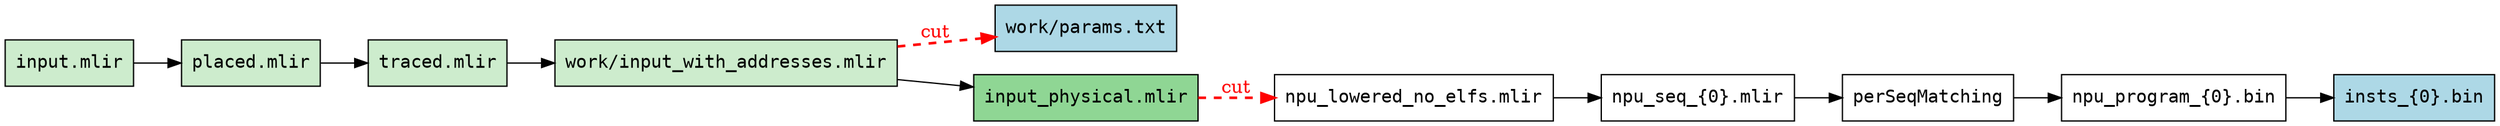
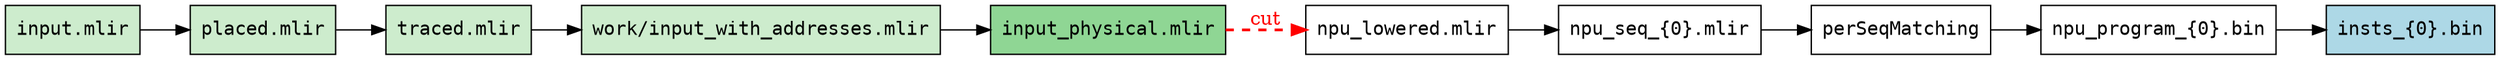
// Copyright (C) 2026 Advanced Micro Devices, Inc.
// SPDX-License-Identifier: Apache-2.0 WITH LLVM-exception
digraph aiecc {
  rankdir=LR;
  node [shape=box, fontname="monospace"];
  n0 [label="input.mlir", style=filled, fillcolor="#cdeccd"];
  n1 [label="placed.mlir", style=filled, fillcolor="#cdeccd"];
  n2 [label="traced.mlir", style=filled, fillcolor="#cdeccd"];
  n3 [label="work/input_with_addresses.mlir", style=filled, fillcolor="#cdeccd"];
-   n4 [label="work/params.txt", style=filled, fillcolor=lightblue];
-   n5 [label="input_physical.mlir", style=filled, fillcolor="#8fd694"];
-   n6 [label="npu_lowered_no_elfs.mlir"];
-   n7 [label="npu_seq_{0}.mlir"];
-   n8 [label="perSeqMatching"];
-   n9 [label="npu_program_{0}.bin"];
-   n10 [label="insts_{0}.bin", style=filled, fillcolor=lightblue];
+   n4 [label="input_physical.mlir", style=filled, fillcolor="#8fd694"];
+   n5 [label="npu_lowered.mlir"];
+   n6 [label="npu_seq_{0}.mlir"];
+   n7 [label="perSeqMatching"];
+   n8 [label="npu_program_{0}.bin"];
+   n9 [label="insts_{0}.bin", style=filled, fillcolor=lightblue];
  n0 -> n1;
  n1 -> n2;
  n2 -> n3;
-   n3 -> n4 [color=red, style=dashed, penwidth=2, label="cut", fontcolor=red];
-   n3 -> n5;
-   n5 -> n6 [color=red, style=dashed, penwidth=2, label="cut", fontcolor=red];
+   n3 -> n4;
+   n4 -> n5 [color=red, style=dashed, penwidth=2, label="cut", fontcolor=red];
+   n5 -> n6;
  n6 -> n7;
  n7 -> n8;
  n8 -> n9;
-   n9 -> n10;
}
